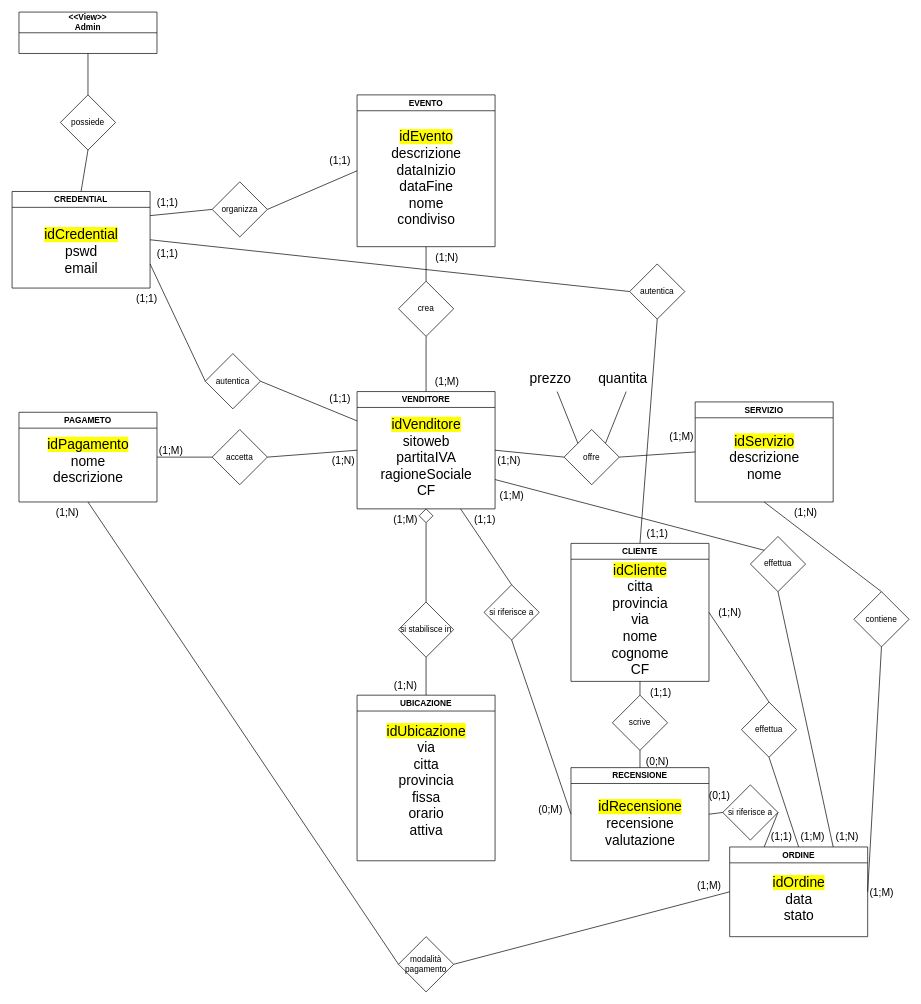
SuperMauro1966/Km-0 keeps this draw.io diagram as doc_analisi/SCHEMA_KM-0.drawio. Above is the earlier version. Source tidied: cells renumbered, new cells numbered last; positions are measured from the earlier drawing's top-left corner, leaving out a move shared by most shapes. Both pictures are drawn from the tidied source at 69%, with x=0, y=0 at pixel (12, 12).
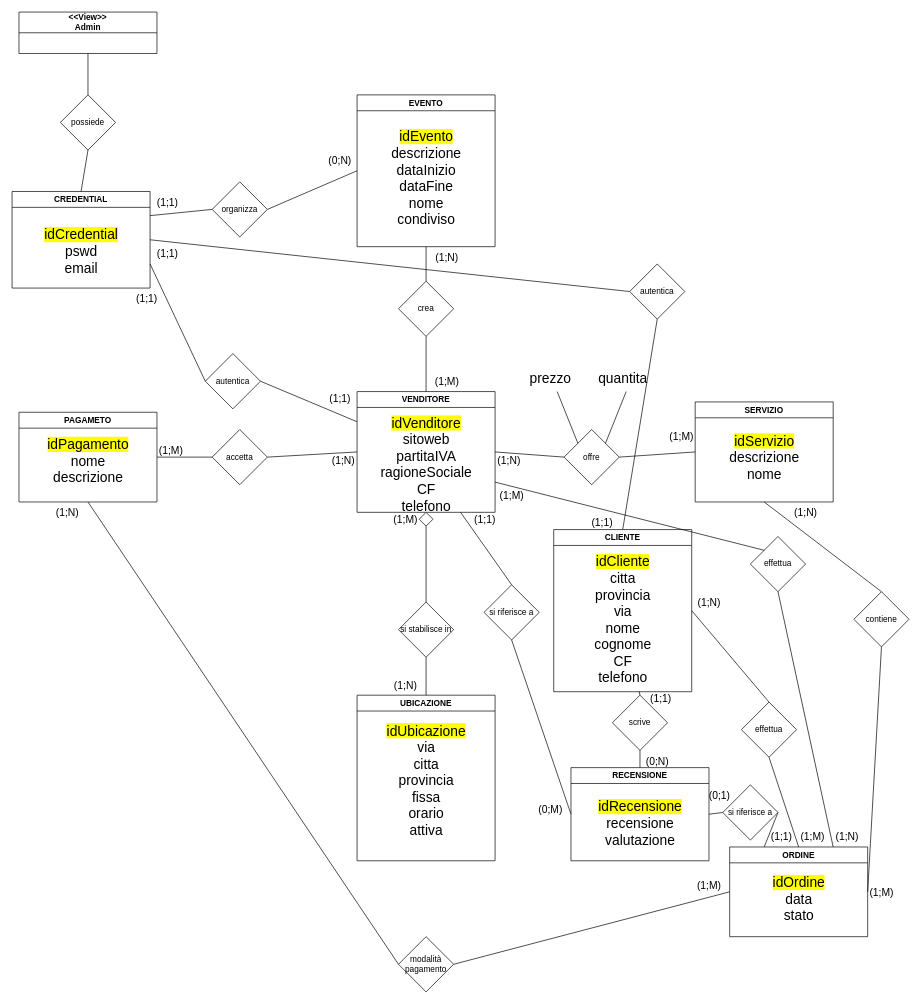
Above is the later version.

Commit message (it also covers changes not shown here):
creazione del diagramma logico ed eliminazione dalla directory principale della prova di login

The edit, as a diff of the source:
```diff
@@
     <mxCell id="4" value="VENDITORE" style="swimlane;whiteSpace=wrap;html=1;" parent="1" vertex="1">
-      <mxGeometry x="500" y="550" width="200" height="170" as="geometry" />
+      <mxGeometry x="500" y="550" width="200" height="175" as="geometry" />
     </mxCell>
-    <mxCell id="5" value="&lt;div&gt;&lt;span style=&quot;font-size: 20px; background-color: rgb(255, 255, 0);&quot;&gt;idVenditore&lt;/span&gt;&lt;/div&gt;&lt;div&gt;&lt;span style=&quot;font-size: 20px;&quot;&gt;sitoweb&lt;/span&gt;&lt;/div&gt;&lt;div&gt;&lt;span style=&quot;font-size: 20px;&quot;&gt;partitaIVA&lt;/span&gt;&lt;/div&gt;&lt;div&gt;&lt;span style=&quot;font-size: 20px;&quot;&gt;ragioneSociale&lt;/span&gt;&lt;/div&gt;&lt;div&gt;&lt;span style=&quot;font-size: 20px;&quot;&gt;CF&lt;/span&gt;&lt;/div&gt;" style="text;html=1;align=center;verticalAlign=middle;strokeColor=none;fillColor=none;" parent="4" vertex="1">
-      <mxGeometry x="20" y="30" width="160" height="130" as="geometry" />
+    <mxCell id="5" value="&lt;div&gt;&lt;span style=&quot;font-size: 20px; background-color: rgb(255, 255, 0);&quot;&gt;idVenditore&lt;/span&gt;&lt;/div&gt;&lt;div&gt;&lt;span style=&quot;font-size: 20px;&quot;&gt;sitoweb&lt;/span&gt;&lt;/div&gt;&lt;div&gt;&lt;span style=&quot;font-size: 20px;&quot;&gt;partitaIVA&lt;/span&gt;&lt;/div&gt;&lt;div&gt;&lt;span style=&quot;font-size: 20px;&quot;&gt;ragioneSociale&lt;/span&gt;&lt;/div&gt;&lt;div&gt;&lt;span style=&quot;font-size: 20px;&quot;&gt;CF&lt;/span&gt;&lt;/div&gt;&lt;div&gt;&lt;span style=&quot;font-size: 20px;&quot;&gt;telefono&lt;/span&gt;&lt;/div&gt;" style="text;html=1;align=center;verticalAlign=middle;strokeColor=none;fillColor=none;" parent="4" vertex="1">
+      <mxGeometry x="20" y="25" width="160" height="160" as="geometry" />
     </mxCell>
@@
     <mxCell id="37" value="CLIENTE" style="swimlane;whiteSpace=wrap;html=1;" parent="1" vertex="1">
-      <mxGeometry x="810" y="770" width="200" height="200" as="geometry" />
+      <mxGeometry x="785" y="750" width="200" height="235" as="geometry" />
     </mxCell>
-    <mxCell id="38" value="&lt;div style=&quot;font-size: 20px;&quot;&gt;&lt;span style=&quot;background-color: rgb(255, 255, 0);&quot;&gt;&lt;font style=&quot;font-size: 20px;&quot;&gt;idCliente&lt;/font&gt;&lt;/span&gt;&lt;/div&gt;&lt;div style=&quot;font-size: 20px;&quot;&gt;citta&lt;/div&gt;&lt;div style=&quot;font-size: 20px;&quot;&gt;provincia&lt;/div&gt;&lt;div style=&quot;font-size: 20px;&quot;&gt;via&lt;/div&gt;&lt;div style=&quot;font-size: 20px;&quot;&gt;nome&lt;/div&gt;&lt;div style=&quot;font-size: 20px;&quot;&gt;cognome&lt;/div&gt;&lt;div style=&quot;font-size: 20px;&quot;&gt;CF&lt;/div&gt;" style="text;html=1;align=center;verticalAlign=middle;points=[];strokeColor=none;fillColor=none;" parent="37" vertex="1">
-      <mxGeometry x="45" y="20" width="110" height="180" as="geometry" />
+    <mxCell id="38" value="&lt;div style=&quot;font-size: 20px;&quot;&gt;&lt;span style=&quot;background-color: rgb(255, 255, 0);&quot;&gt;&lt;font style=&quot;font-size: 20px;&quot;&gt;idCliente&lt;/font&gt;&lt;/span&gt;&lt;/div&gt;&lt;div style=&quot;font-size: 20px;&quot;&gt;citta&lt;/div&gt;&lt;div style=&quot;font-size: 20px;&quot;&gt;provincia&lt;/div&gt;&lt;div style=&quot;font-size: 20px;&quot;&gt;via&lt;/div&gt;&lt;div style=&quot;font-size: 20px;&quot;&gt;nome&lt;/div&gt;&lt;div style=&quot;font-size: 20px;&quot;&gt;cognome&lt;/div&gt;&lt;div style=&quot;font-size: 20px;&quot;&gt;CF&lt;/div&gt;&lt;div style=&quot;font-size: 20px;&quot;&gt;telefono&lt;/div&gt;" style="text;html=1;align=center;verticalAlign=middle;points=[];strokeColor=none;fillColor=none;" parent="37" vertex="1">
+      <mxGeometry x="45" y="25" width="110" height="210" as="geometry" />
     </mxCell>
@@
     <mxCell id="44" value="&lt;font style=&quot;font-size: 15px;&quot;&gt;(1;N&lt;/font&gt;&lt;span style=&quot;font-size: 15px; background-color: initial;&quot;&gt;)&lt;/span&gt;" style="text;html=1;align=center;verticalAlign=middle;strokeColor=none;fillColor=none;" parent="1" vertex="1">
-      <mxGeometry x="1010" y="855" width="60" height="30" as="geometry" />
+      <mxGeometry x="980" y="840" width="60" height="30" as="geometry" />
     </mxCell>
@@
     <mxCell id="46" style="rhombus;whiteSpace=wrap;html=1;" parent="1" vertex="1">
-      <mxGeometry x="590" y="720" width="20" height="20" as="geometry" />
+      <mxGeometry x="590" y="725" width="20" height="20" as="geometry" />
     </mxCell>
@@
     <mxCell id="64" value="&lt;font style=&quot;font-size: 15px;&quot;&gt;(1;1)&lt;/font&gt;" style="text;html=1;align=center;verticalAlign=middle;strokeColor=none;fillColor=none;" parent="1" vertex="1">
-      <mxGeometry x="910" y="740" width="50" height="30" as="geometry" />
+      <mxGeometry x="830" y="725" width="50" height="30" as="geometry" />
     </mxCell>
@@
-    <mxCell id="66" value="&lt;font style=&quot;font-size: 15px;&quot;&gt;(1;1)&lt;/font&gt;" style="text;html=1;align=center;verticalAlign=middle;strokeColor=none;fillColor=none;" parent="1" vertex="1">
-      <mxGeometry x="450" y="200" width="50" height="30" as="geometry" />
+    <mxCell id="66" value="&lt;font style=&quot;font-size: 15px;&quot;&gt;(0;N)&lt;/font&gt;" style="text;html=1;align=center;verticalAlign=middle;strokeColor=none;fillColor=none;" parent="1" vertex="1">
+      <mxGeometry x="445" y="200" width="60" height="30" as="geometry" />
     </mxCell>
@@
     <mxCell id="75" value="&lt;font style=&quot;font-size: 15px;&quot;&gt;(1;1)&lt;/font&gt;" style="text;html=1;align=center;verticalAlign=middle;strokeColor=none;fillColor=none;" parent="1" vertex="1">
-      <mxGeometry x="915" y="970" width="50" height="30" as="geometry" />
+      <mxGeometry x="915" y="980" width="50" height="30" as="geometry" />
     </mxCell>
```
